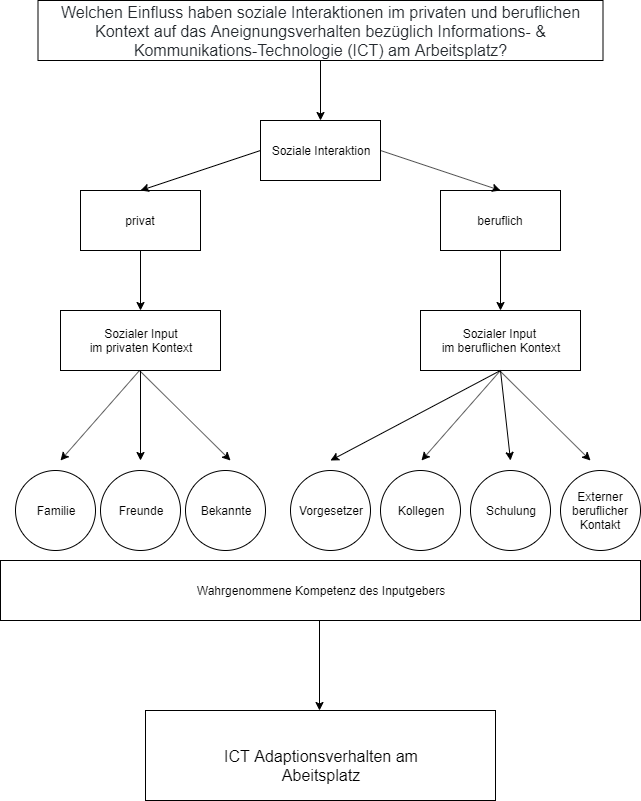
The draw.io diagram IMAGES/FaktorenraumICT3.png in jfreudenhammer/ICTamArbeitsplatzWS1920, before a commit. Source tidied: cells renumbered, new cells last; positions are measured from the earlier drawing's top-left corner, leaving out a move shared by most shapes.
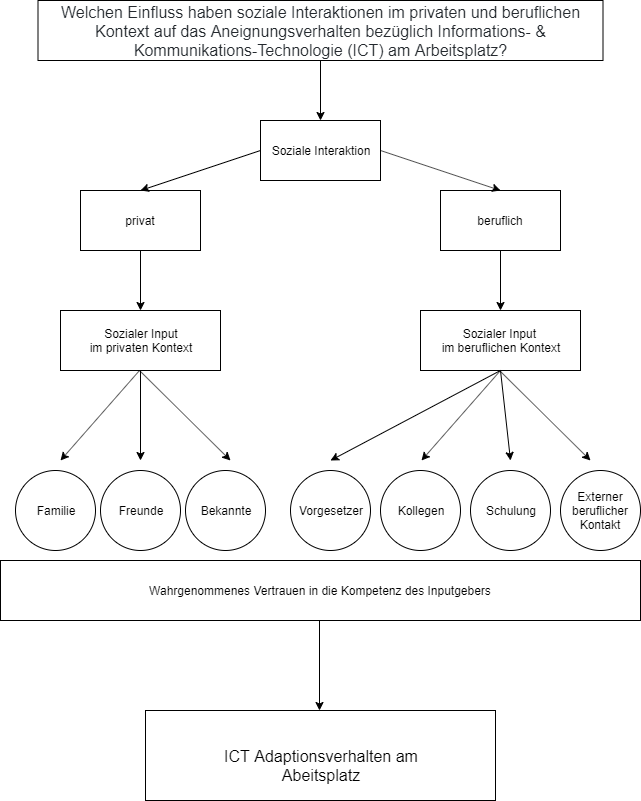
The same file after the commit.

Commit message:
Anpassungen am Faktorenraum

Diff of the diagram source:
```diff
@@ -93,7 +93,7 @@
         <mxPoint x="590" y="460" as="targetPoint" />
       </mxGeometry>
     </mxCell>
-    <mxCell id="26" value="Wahrgenommene Kompetenz des Inputgebers" style="whiteSpace=wrap;html=1;" parent="1" vertex="1">
+    <mxCell id="26" value="Wahrgenommenes Vertrauen in die Kompetenz des Inputgebers" style="whiteSpace=wrap;html=1;" parent="1" vertex="1">
       <mxGeometry y="560" width="640" height="60" as="geometry" />
     </mxCell>
     <mxCell id="27" style="edgeStyle=none;rounded=0;orthogonalLoop=1;jettySize=auto;html=1;exitX=0.5;exitY=1;exitDx=0;exitDy=0;" parent="1" edge="1">
```
